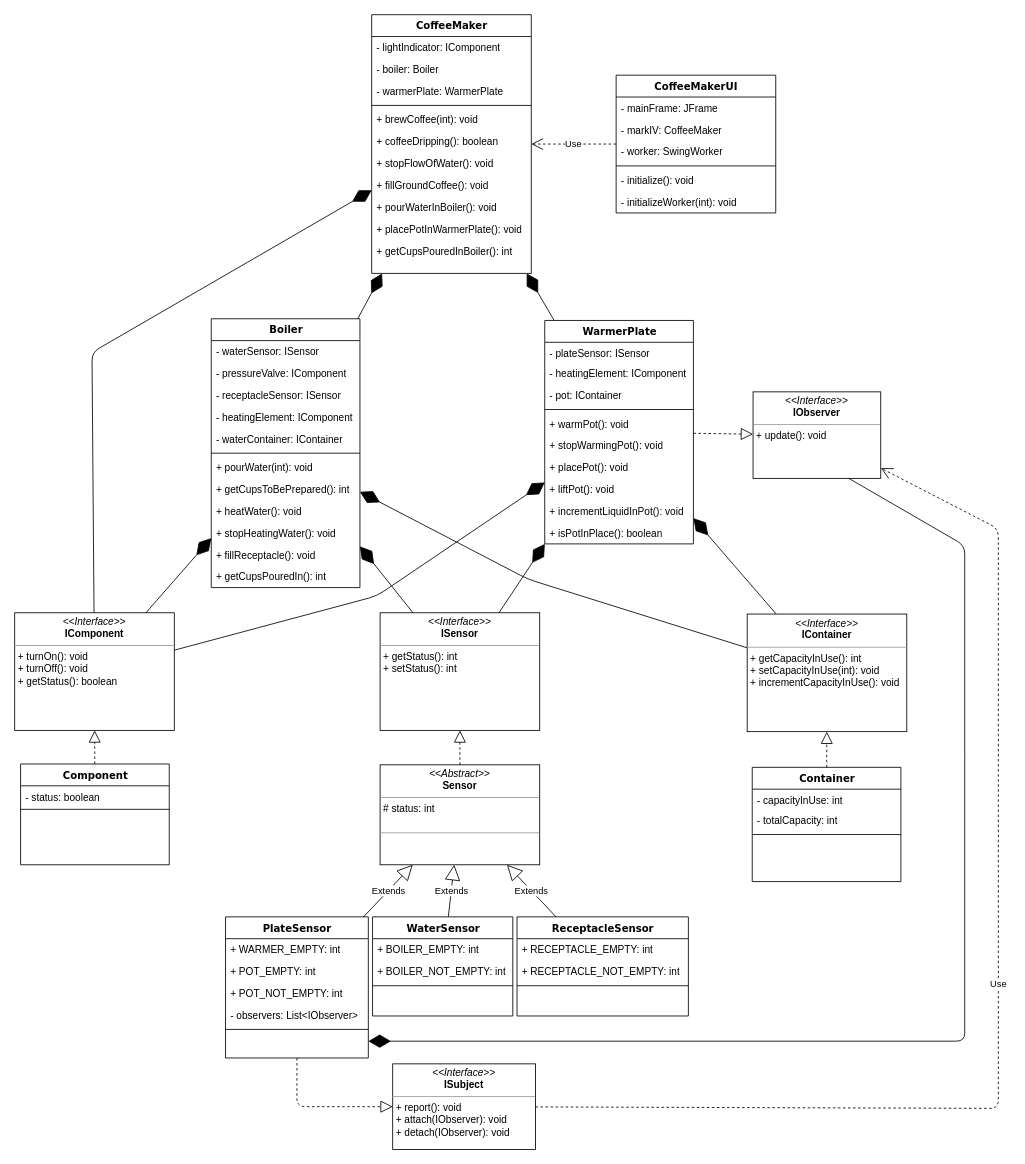
Earlier version of the draw.io diagram Resources/CoffeeMaker.drawio (aburgosu/CoffeeMaker-JAM). Source tidied: cells renumbered, new cells numbered last; positions are measured from the earlier drawing's top-left corner, leaving out a move shared by most shapes. Both pictures are drawn from the tidied source at 84%, with x=0, y=0 at pixel (14, 14).
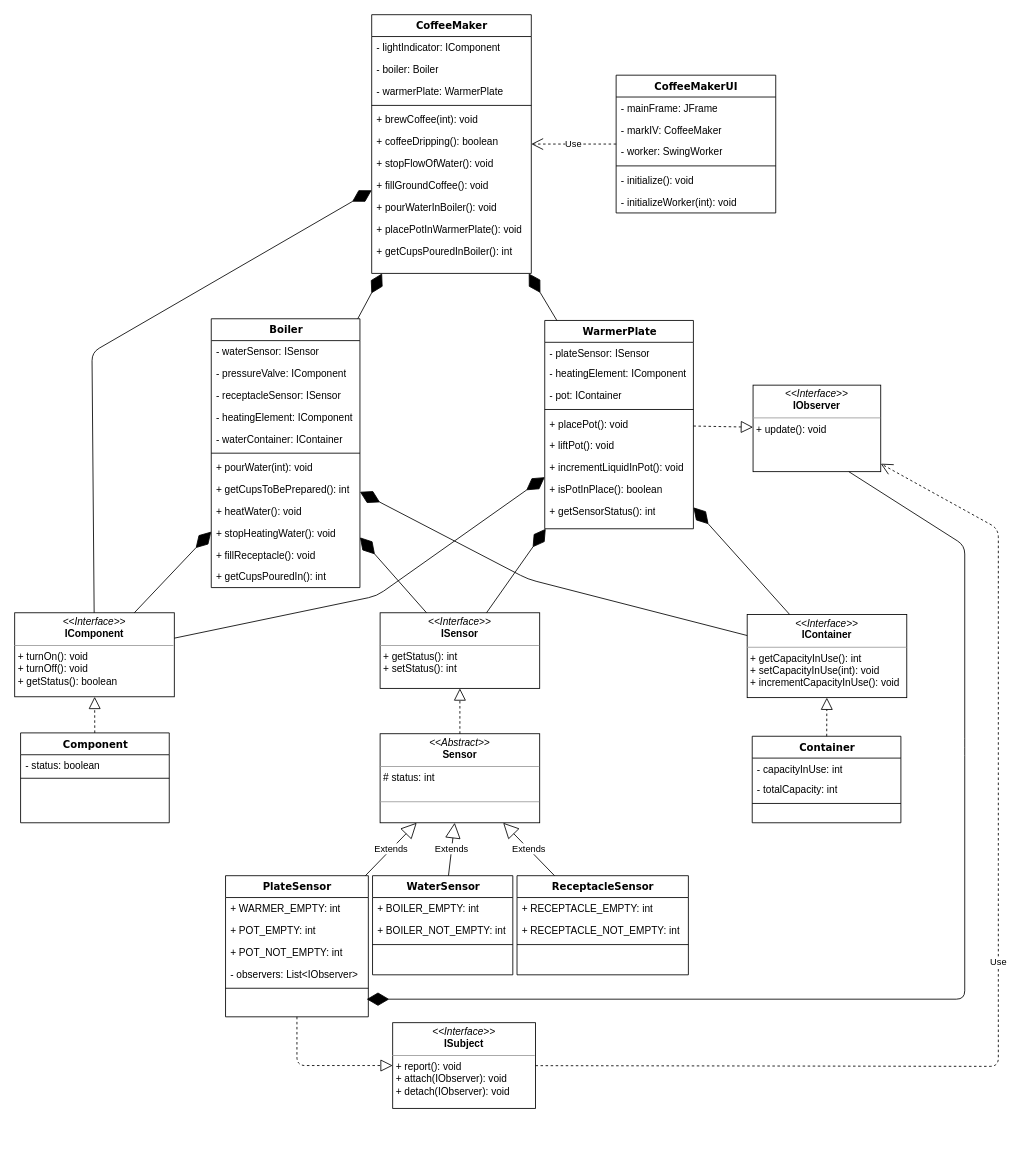
The same diagram, later.

Commit message (it also covers changes not shown here):
Class diagram updated

The edit, as a diff of the source:
```diff
@@
     <mxCell id="2" value="&lt;p style=&quot;margin: 0px ; margin-top: 4px ; text-align: center&quot;&gt;&lt;i&gt;&amp;lt;&amp;lt;Interface&amp;gt;&amp;gt;&lt;/i&gt;&lt;br&gt;&lt;b&gt;IComponent&lt;/b&gt;&lt;/p&gt;&lt;hr size=&quot;1&quot;&gt;&lt;p style=&quot;margin: 0px ; margin-left: 4px&quot;&gt;&lt;/p&gt;&lt;p style=&quot;margin: 0px ; margin-left: 4px&quot;&gt;+ turnOn(): void&lt;br&gt;+ turnOff(): void&lt;/p&gt;&lt;p style=&quot;margin: 0px ; margin-left: 4px&quot;&gt;+ getStatus(): boolean&lt;/p&gt;" style="verticalAlign=top;align=left;overflow=fill;fontSize=12;fontFamily=Helvetica;html=1;rounded=0;shadow=0;comic=0;labelBackgroundColor=none;strokeColor=#000000;strokeWidth=1;fillColor=#ffffff;" parent="1" vertex="1">
-      <mxGeometry y="712" width="190" height="140" as="geometry" />
+      <mxGeometry y="712" width="190" height="100" as="geometry" />
     </mxCell>
     <mxCell id="3" value="&lt;p style=&quot;margin: 0px ; margin-top: 4px ; text-align: center&quot;&gt;&lt;i&gt;&amp;lt;&amp;lt;Interface&amp;gt;&amp;gt;&lt;/i&gt;&lt;br&gt;&lt;b&gt;ISensor&lt;/b&gt;&lt;/p&gt;&lt;hr size=&quot;1&quot;&gt;&lt;p style=&quot;margin: 0px ; margin-left: 4px&quot;&gt;&lt;/p&gt;&lt;p style=&quot;margin: 0px ; margin-left: 4px&quot;&gt;+ getStatus(): int&lt;/p&gt;&lt;p style=&quot;margin: 0px ; margin-left: 4px&quot;&gt;+ setStatus(): int&lt;/p&gt;" style="verticalAlign=top;align=left;overflow=fill;fontSize=12;fontFamily=Helvetica;html=1;rounded=0;shadow=0;comic=0;labelBackgroundColor=none;strokeColor=#000000;strokeWidth=1;fillColor=#ffffff;" parent="1" vertex="1">
-      <mxGeometry x="435" y="712" width="190" height="140" as="geometry" />
+      <mxGeometry x="435" y="712" width="190" height="90" as="geometry" />
     </mxCell>
     <mxCell id="4" value="&lt;p style=&quot;margin: 0px ; margin-top: 4px ; text-align: center&quot;&gt;&lt;i&gt;&amp;lt;&amp;lt;Abstract&amp;gt;&amp;gt;&lt;/i&gt;&lt;br&gt;&lt;b&gt;Sensor&lt;/b&gt;&lt;/p&gt;&lt;hr size=&quot;1&quot;&gt;&lt;p style=&quot;margin: 0px ; margin-left: 4px&quot;&gt;# status: int&lt;br&gt;&lt;br&gt;&lt;/p&gt;&lt;hr size=&quot;1&quot;&gt;&lt;p style=&quot;margin: 0px ; margin-left: 4px&quot;&gt;&lt;br&gt;&lt;/p&gt;" style="verticalAlign=top;align=left;overflow=fill;fontSize=12;fontFamily=Helvetica;html=1;rounded=0;shadow=0;comic=0;labelBackgroundColor=none;strokeColor=#000000;strokeWidth=1;fillColor=#ffffff;" parent="1" vertex="1">
-      <mxGeometry x="435" y="893" width="190" height="119" as="geometry" />
+      <mxGeometry x="435" y="856" width="190" height="106" as="geometry" />
     </mxCell>
     <mxCell id="5" value="PlateSensor" style="swimlane;html=1;fontStyle=1;align=center;verticalAlign=top;horizontal=1;startSize=26;swimlaneFillColor=#ffffff;rounded=0;shadow=0;comic=0;labelBackgroundColor=none;strokeColor=#000000;strokeWidth=1;fillColor=none;fontFamily=Verdana;fontSize=12;fontColor=#000000;" parent="1" vertex="1">
-      <mxGeometry x="251" y="1074" width="170" height="168" as="geometry" />
+      <mxGeometry x="251" y="1025" width="170" height="168" as="geometry" />
     </mxCell>
@@
     <mxCell id="11" value="WaterSensor" style="swimlane;html=1;fontStyle=1;align=center;verticalAlign=top;horizontal=1;startSize=26;swimlaneFillColor=#ffffff;rounded=0;shadow=0;comic=0;labelBackgroundColor=none;strokeColor=#000000;strokeWidth=1;fillColor=none;fontFamily=Verdana;fontSize=12;fontColor=#000000;" parent="1" vertex="1">
-      <mxGeometry x="426" y="1074" width="167" height="118" as="geometry" />
+      <mxGeometry x="426" y="1025" width="167" height="118" as="geometry" />
     </mxCell>
@@
     <mxCell id="30" value="WarmerPlate" style="swimlane;html=1;fontStyle=1;align=center;verticalAlign=top;horizontal=1;startSize=26;swimlaneFillColor=#ffffff;rounded=0;shadow=0;comic=0;labelBackgroundColor=none;strokeColor=#000000;strokeWidth=1;fillColor=none;fontFamily=Verdana;fontSize=12;fontColor=#000000;" parent="1" vertex="1">
-      <mxGeometry x="631" y="364" width="177" height="266" as="geometry" />
+      <mxGeometry x="631" y="364" width="177" height="248" as="geometry" />
     </mxCell>
@@
-    <mxCell id="35" value="+ warmPot(): void" style="text;html=1;strokeColor=none;fillColor=none;align=left;verticalAlign=top;spacingLeft=4;spacingRight=4;whiteSpace=wrap;overflow=hidden;" parent="30" vertex="1">
-      <mxGeometry y="110" width="177" height="26" as="geometry" />
-    </mxCell>
-    <mxCell id="36" value="+ stopWarmingPot(): void" style="text;html=1;strokeColor=none;fillColor=none;align=left;verticalAlign=top;spacingLeft=4;spacingRight=4;whiteSpace=wrap;overflow=hidden;" parent="30" vertex="1">
-      <mxGeometry y="136" width="177" height="26" as="geometry" />
-    </mxCell>
     <mxCell id="37" value="+ placePot(): void" style="text;html=1;strokeColor=none;fillColor=none;align=left;verticalAlign=top;spacingLeft=4;spacingRight=4;whiteSpace=wrap;overflow=hidden;" parent="30" vertex="1">
-      <mxGeometry y="162" width="177" height="26" as="geometry" />
+      <mxGeometry y="110" width="177" height="26" as="geometry" />
     </mxCell>
     <mxCell id="38" value="+ liftPot(): void" style="text;html=1;strokeColor=none;fillColor=none;align=left;verticalAlign=top;spacingLeft=4;spacingRight=4;whiteSpace=wrap;overflow=hidden;" parent="30" vertex="1">
-      <mxGeometry y="188" width="177" height="26" as="geometry" />
+      <mxGeometry y="136" width="177" height="26" as="geometry" />
     </mxCell>
     <mxCell id="39" value="+ incrementLiquidInPot(): void" style="text;html=1;strokeColor=none;fillColor=none;align=left;verticalAlign=top;spacingLeft=4;spacingRight=4;whiteSpace=wrap;overflow=hidden;" parent="30" vertex="1">
-      <mxGeometry y="214" width="177" height="26" as="geometry" />
+      <mxGeometry y="162" width="177" height="26" as="geometry" />
     </mxCell>
     <mxCell id="40" value="+ isPotInPlace(): boolean" style="text;html=1;strokeColor=none;fillColor=none;align=left;verticalAlign=top;spacingLeft=4;spacingRight=4;whiteSpace=wrap;overflow=hidden;" parent="30" vertex="1">
-      <mxGeometry y="240" width="177" height="26" as="geometry" />
+      <mxGeometry y="188" width="177" height="26" as="geometry" />
     </mxCell>
+    <mxCell id="92" value="+ getSensorStatus(): int" style="text;html=1;strokeColor=none;fillColor=none;align=left;verticalAlign=top;spacingLeft=4;spacingRight=4;whiteSpace=wrap;overflow=hidden;" parent="30" vertex="1">
+      <mxGeometry y="214" width="177" height="26" as="geometry" />
+    </mxCell>
@@
     <mxCell id="60" value="&lt;p style=&quot;margin: 0px ; margin-top: 4px ; text-align: center&quot;&gt;&lt;i&gt;&amp;lt;&amp;lt;Interface&amp;gt;&amp;gt;&lt;/i&gt;&lt;br&gt;&lt;b&gt;IContainer&lt;/b&gt;&lt;/p&gt;&lt;hr size=&quot;1&quot;&gt;&lt;p style=&quot;margin: 0px ; margin-left: 4px&quot;&gt;&lt;/p&gt;&lt;p style=&quot;margin: 0px ; margin-left: 4px&quot;&gt;+ getCapacityInUse(): int&lt;/p&gt;&lt;p style=&quot;margin: 0px ; margin-left: 4px&quot;&gt;+ setCapacityInUse(int): void&lt;/p&gt;&lt;p style=&quot;margin: 0px ; margin-left: 4px&quot;&gt;+ incrementCapacityInUse(): void&lt;/p&gt;" style="verticalAlign=top;align=left;overflow=fill;fontSize=12;fontFamily=Helvetica;html=1;rounded=0;shadow=0;comic=0;labelBackgroundColor=none;strokeColor=#000000;strokeWidth=1;fillColor=#ffffff;" parent="1" vertex="1">
-      <mxGeometry x="872" y="713.5" width="190" height="140" as="geometry" />
+      <mxGeometry x="872" y="714" width="190" height="99" as="geometry" />
     </mxCell>
@@
     <mxCell id="63" value="ReceptacleSensor" style="swimlane;html=1;fontStyle=1;align=center;verticalAlign=top;horizontal=1;startSize=26;swimlaneFillColor=#ffffff;rounded=0;shadow=0;comic=0;labelBackgroundColor=none;strokeColor=#000000;strokeWidth=1;fillColor=none;fontFamily=Verdana;fontSize=12;fontColor=#000000;" parent="1" vertex="1">
-      <mxGeometry x="598" y="1074" width="204" height="118" as="geometry" />
+      <mxGeometry x="598" y="1025" width="204" height="118" as="geometry" />
     </mxCell>
@@
     <mxCell id="68" value="&lt;p style=&quot;margin: 0px ; margin-top: 4px ; text-align: center&quot;&gt;&lt;i&gt;&amp;lt;&amp;lt;Interface&amp;gt;&amp;gt;&lt;/i&gt;&lt;br&gt;&lt;b&gt;ISubject&lt;/b&gt;&lt;/p&gt;&lt;hr size=&quot;1&quot;&gt;&lt;p style=&quot;margin: 0px ; margin-left: 4px&quot;&gt;&lt;/p&gt;&lt;p style=&quot;margin: 0px ; margin-left: 4px&quot;&gt;+ report(): void&lt;/p&gt;&lt;p style=&quot;margin: 0px ; margin-left: 4px&quot;&gt;+ attach(IObserver): void&lt;/p&gt;&lt;p style=&quot;margin: 0px ; margin-left: 4px&quot;&gt;+ detach(IObserver): void&lt;/p&gt;&lt;br&gt;" style="verticalAlign=top;align=left;overflow=fill;fontSize=12;fontFamily=Helvetica;html=1;rounded=0;shadow=0;comic=0;labelBackgroundColor=none;strokeColor=#000000;strokeWidth=1;fillColor=#ffffff;" parent="1" vertex="1">
-      <mxGeometry x="450" y="1249" width="170" height="102" as="geometry" />
+      <mxGeometry x="450" y="1200" width="170" height="102" as="geometry" />
     </mxCell>
     <mxCell id="69" value="&lt;p style=&quot;margin: 0px ; margin-top: 4px ; text-align: center&quot;&gt;&lt;i&gt;&amp;lt;&amp;lt;Interface&amp;gt;&amp;gt;&lt;/i&gt;&lt;br&gt;&lt;b&gt;IObserver&lt;/b&gt;&lt;/p&gt;&lt;hr size=&quot;1&quot;&gt;&lt;p style=&quot;margin: 0px ; margin-left: 4px&quot;&gt;&lt;/p&gt;&lt;p style=&quot;margin: 0px ; margin-left: 4px&quot;&gt;&lt;span&gt;+ update(): void&lt;/span&gt;&lt;br&gt;&lt;/p&gt;" style="verticalAlign=top;align=left;overflow=fill;fontSize=12;fontFamily=Helvetica;html=1;rounded=0;shadow=0;comic=0;labelBackgroundColor=none;strokeColor=#000000;strokeWidth=1;fillColor=#ffffff;" parent="1" vertex="1">
-      <mxGeometry x="879" y="449" width="152" height="103" as="geometry" />
+      <mxGeometry x="879" y="441" width="152" height="103" as="geometry" />
     </mxCell>
     <mxCell id="70" style="endArrow=diamondThin;endFill=1;endSize=24;html=1;exitX=0.75;exitY=1;exitDx=0;exitDy=0;" parent="1" edge="1" source="69">
       <mxGeometry relative="1" as="geometry">
-        <mxPoint x="421" y="1222" as="targetPoint" />
+        <mxPoint x="419" y="1172" as="targetPoint" />
         <Array as="points">
           <mxPoint x="1131" y="632" />
           <mxPoint x="1131" y="872" />
-          <mxPoint x="1131" y="1222" />
+          <mxPoint x="1131" y="1172" />
         </Array>
       </mxGeometry>
     </mxCell>
@@
     <mxCell id="73" style="endArrow=block;dashed=1;endFill=0;endSize=12;html=1;" parent="1" edge="1" source="5" target="68">
       <mxGeometry relative="1" as="geometry">
         <Array as="points">
-          <mxPoint x="336" y="1300" />
+          <mxPoint x="336" y="1251" />
         </Array>
       </mxGeometry>
     </mxCell>
@@
     <mxCell id="76" value="Use" style="endArrow=open;endSize=12;dashed=1;html=1;" parent="1" edge="1" source="68" target="69">
       <mxGeometry relative="1" as="geometry">
         <Array as="points">
-          <mxPoint x="1171" y="1302" />
+          <mxPoint x="1171" y="1252" />
           <mxPoint x="1171" y="1022" />
           <mxPoint x="1171" y="612" />
         </Array>
       </mxGeometry>
     </mxCell>
@@
     <mxCell id="85" value="Container" style="swimlane;html=1;fontStyle=1;align=center;verticalAlign=top;horizontal=1;startSize=26;swimlaneFillColor=#ffffff;rounded=0;shadow=0;comic=0;labelBackgroundColor=none;strokeColor=#000000;strokeWidth=1;fillColor=none;fontFamily=Verdana;fontSize=12;fontColor=#000000;" parent="1" vertex="1">
-      <mxGeometry x="878" y="896" width="177" height="136" as="geometry" />
+      <mxGeometry x="878" y="859" width="177" height="103" as="geometry" />
     </mxCell>
@@
     <mxCell id="89" value="Component" style="swimlane;html=1;fontStyle=1;align=center;verticalAlign=top;horizontal=1;startSize=26;swimlaneFillColor=#ffffff;rounded=0;shadow=0;comic=0;labelBackgroundColor=none;strokeColor=#000000;strokeWidth=1;fillColor=none;fontFamily=Verdana;fontSize=12;fontColor=#000000;" parent="1" vertex="1">
-      <mxGeometry x="7" y="892" width="177" height="120" as="geometry" />
+      <mxGeometry x="7" y="855" width="177" height="107" as="geometry" />
     </mxCell>
```
